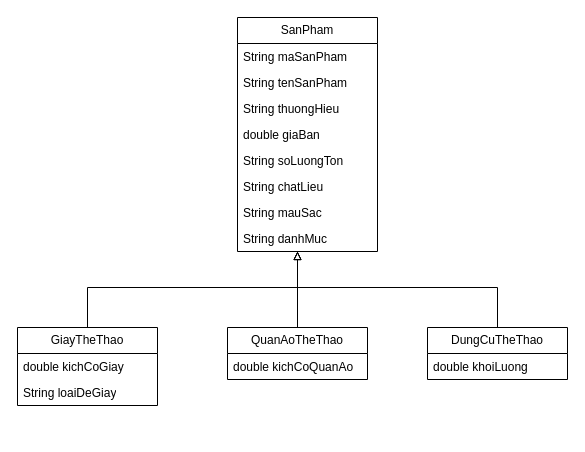
Before: page "inheritance-polymorphism" (2 of 2) of DoAn/artifacts/class-diagram.drawio in Mut2407/oop-26, a draw.io diagram. Source tidied: cells renumbered, new cells numbered last; positions are measured from the earlier drawing's top-left corner, leaving out a move shared by most shapes. Both pictures are drawn from the tidied source at 100%, with x=0, y=0 at pixel (17, 17).
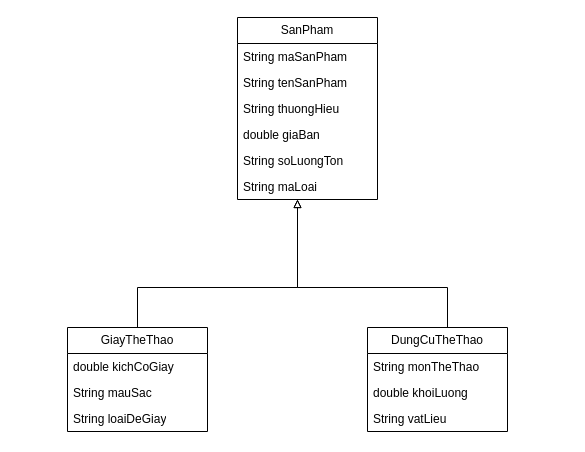
The same page after the edit.

Change to the diagram source:
```diff
@@
     <mxCell id="2" value="SanPham" style="swimlane;fontStyle=0;horizontal=1;startSize=26;fillColor=none;whiteSpace=wrap;html=1;" parent="1" vertex="1">
-      <mxGeometry x="220" width="140" height="234" as="geometry" />
+      <mxGeometry x="220" width="140" height="182" as="geometry" />
     </mxCell>
@@
-    <mxCell id="8" value="String chatLieu" style="text;strokeColor=none;fillColor=none;align=left;verticalAlign=top;spacingLeft=4;spacingRight=4;overflow=hidden;whiteSpace=wrap;html=1;" parent="2" vertex="1">
-      <mxGeometry y="156" width="140" height="26" as="geometry" />
-    </mxCell>
-    <mxCell id="9" value="String mauSac" style="text;strokeColor=none;fillColor=none;align=left;verticalAlign=top;spacingLeft=4;spacingRight=4;overflow=hidden;whiteSpace=wrap;html=1;" parent="2" vertex="1">
-      <mxGeometry y="182" width="140" height="26" as="geometry" />
-    </mxCell>
-    <mxCell id="10" value="String danhMuc" style="text;strokeColor=none;fillColor=none;align=left;verticalAlign=top;spacingLeft=4;spacingRight=4;overflow=hidden;whiteSpace=wrap;html=1;" parent="2" vertex="1">
-      <mxGeometry y="208" width="140" height="26" as="geometry" />
+    <mxCell id="10" value="String maLoai" style="text;strokeColor=none;fillColor=none;align=left;verticalAlign=top;spacingLeft=4;spacingRight=4;overflow=hidden;whiteSpace=wrap;html=1;" parent="2" vertex="1">
+      <mxGeometry y="156" width="140" height="26" as="geometry" />
     </mxCell>
     <mxCell id="11" style="edgeStyle=orthogonalEdgeStyle;rounded=0;jettySize=auto;html=1;endArrow=block;endFill=0;" parent="1" edge="1" source="12" target="2">
       <mxGeometry relative="1" as="geometry">
         <Array as="points">
-          <mxPoint x="70" y="270" />
+          <mxPoint x="120" y="270" />
           <mxPoint x="280" y="270" />
         </Array>
       </mxGeometry>
     </mxCell>
     <mxCell id="12" value="GiayTheThao" style="swimlane;fontStyle=0;horizontal=1;startSize=26;fillColor=none;whiteSpace=wrap;html=1;" parent="1" vertex="1">
-      <mxGeometry y="310" width="140" height="78" as="geometry" />
+      <mxGeometry x="50" y="310" width="140" height="104" as="geometry" />
     </mxCell>
@@
+    <mxCell id="9" value="String mauSac" style="text;strokeColor=none;fillColor=none;align=left;verticalAlign=top;spacingLeft=4;spacingRight=4;overflow=hidden;whiteSpace=wrap;html=1;" parent="12" vertex="1">
+      <mxGeometry y="52" width="140" height="26" as="geometry" />
+    </mxCell>
     <mxCell id="14" value="String loaiDeGiay" style="text;strokeColor=none;fillColor=none;align=left;verticalAlign=top;spacingLeft=4;spacingRight=4;overflow=hidden;whiteSpace=wrap;html=1;" parent="12" vertex="1">
-      <mxGeometry y="52" width="140" height="26" as="geometry" />
+      <mxGeometry y="78" width="140" height="26" as="geometry" />
     </mxCell>
-    <mxCell id="15" style="edgeStyle=orthogonalEdgeStyle;rounded=0;jettySize=auto;html=1;endArrow=block;endFill=0;" parent="1" edge="1" source="16" target="2">
-      <mxGeometry relative="1" as="geometry">
-        <Array as="points">
-          <mxPoint x="280" y="270" />
-          <mxPoint x="280" y="270" />
-        </Array>
-      </mxGeometry>
-    </mxCell>
-    <mxCell id="16" value="QuanAoTheThao" style="swimlane;fontStyle=0;horizontal=1;startSize=26;fillColor=none;whiteSpace=wrap;html=1;" parent="1" vertex="1">
-      <mxGeometry x="210" y="310" width="140" height="52" as="geometry" />
-    </mxCell>
-    <mxCell id="17" value="double kichCoQuanAo" style="text;strokeColor=none;fillColor=none;align=left;verticalAlign=top;spacingLeft=4;spacingRight=4;overflow=hidden;whiteSpace=wrap;html=1;" parent="16" vertex="1">
-      <mxGeometry y="26" width="140" height="26" as="geometry" />
-    </mxCell>
     <mxCell id="18" style="edgeStyle=orthogonalEdgeStyle;rounded=0;jettySize=auto;html=1;endArrow=block;endFill=0;" parent="1" edge="1" source="19" target="2">
       <mxGeometry relative="1" as="geometry">
         <Array as="points">
-          <mxPoint x="480" y="270" />
+          <mxPoint x="430" y="270" />
           <mxPoint x="280" y="270" />
         </Array>
       </mxGeometry>
     </mxCell>
     <mxCell id="19" value="DungCuTheThao" style="swimlane;fontStyle=0;horizontal=1;startSize=26;fillColor=none;whiteSpace=wrap;html=1;" parent="1" vertex="1">
-      <mxGeometry x="410" y="310" width="140" height="52" as="geometry" />
+      <mxGeometry x="350" y="310" width="140" height="104" as="geometry" />
     </mxCell>
+    <mxCell id="21" value="String monTheThao" style="text;strokeColor=none;fillColor=none;align=left;verticalAlign=top;spacingLeft=4;spacingRight=4;overflow=hidden;whiteSpace=wrap;html=1;" parent="19" vertex="1">
+      <mxGeometry y="26" width="140" height="26" as="geometry" />
+    </mxCell>
     <mxCell id="20" value="double khoiLuong" style="text;strokeColor=none;fillColor=none;align=left;verticalAlign=top;spacingLeft=4;spacingRight=4;overflow=hidden;whiteSpace=wrap;html=1;" parent="19" vertex="1">
-      <mxGeometry y="26" width="140" height="26" as="geometry" />
+      <mxGeometry y="52" width="140" height="26" as="geometry" />
     </mxCell>
+    <mxCell id="22" value="String vatLieu" style="text;strokeColor=none;fillColor=none;align=left;verticalAlign=top;spacingLeft=4;spacingRight=4;overflow=hidden;whiteSpace=wrap;html=1;" parent="19" vertex="1">
+      <mxGeometry y="78" width="140" height="26" as="geometry" />
+    </mxCell>
```
